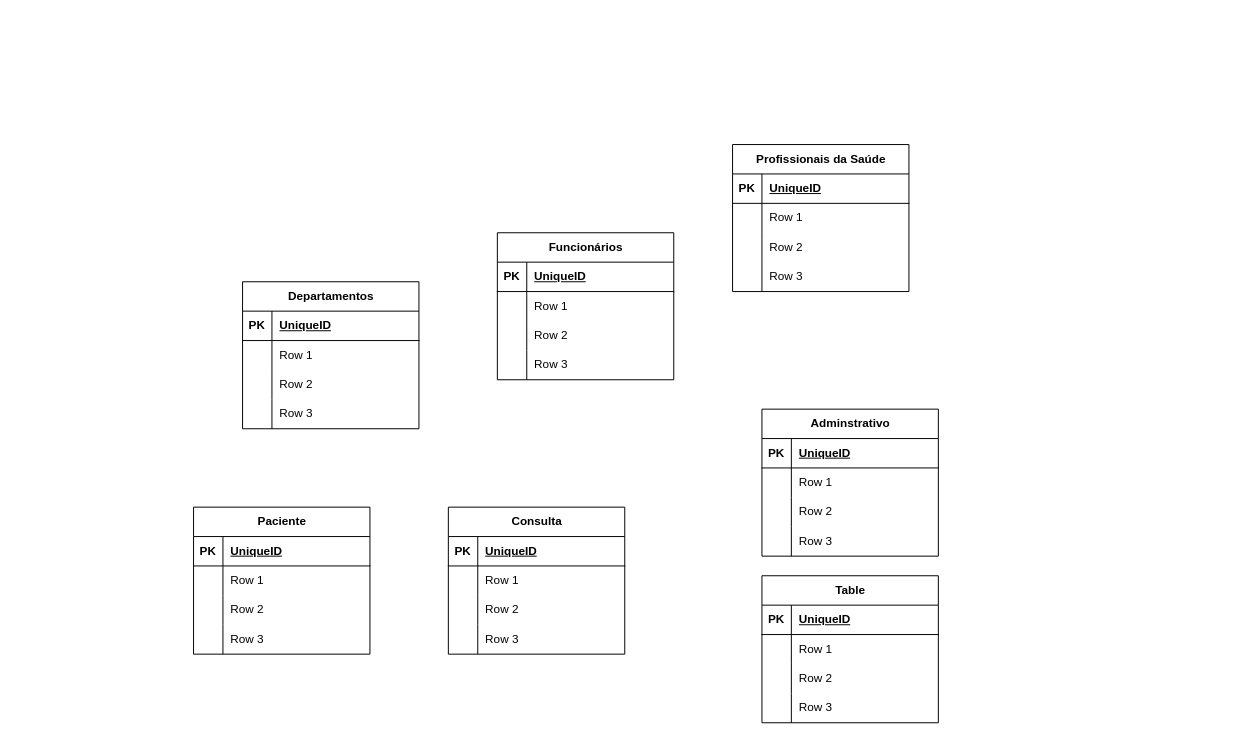
This is Modelo Relacional/Modelo Lógico.drawio from rafasilva9537/projeto_Hospital_BD, a draw.io file, before an edit. Source tidied: cells renumbered, new cells numbered last; positions are measured from the earlier drawing's top-left corner, leaving out a move shared by most shapes. Both pictures are drawn from the tidied source at 98%, with x=0, y=0 at pixel (193, 144).
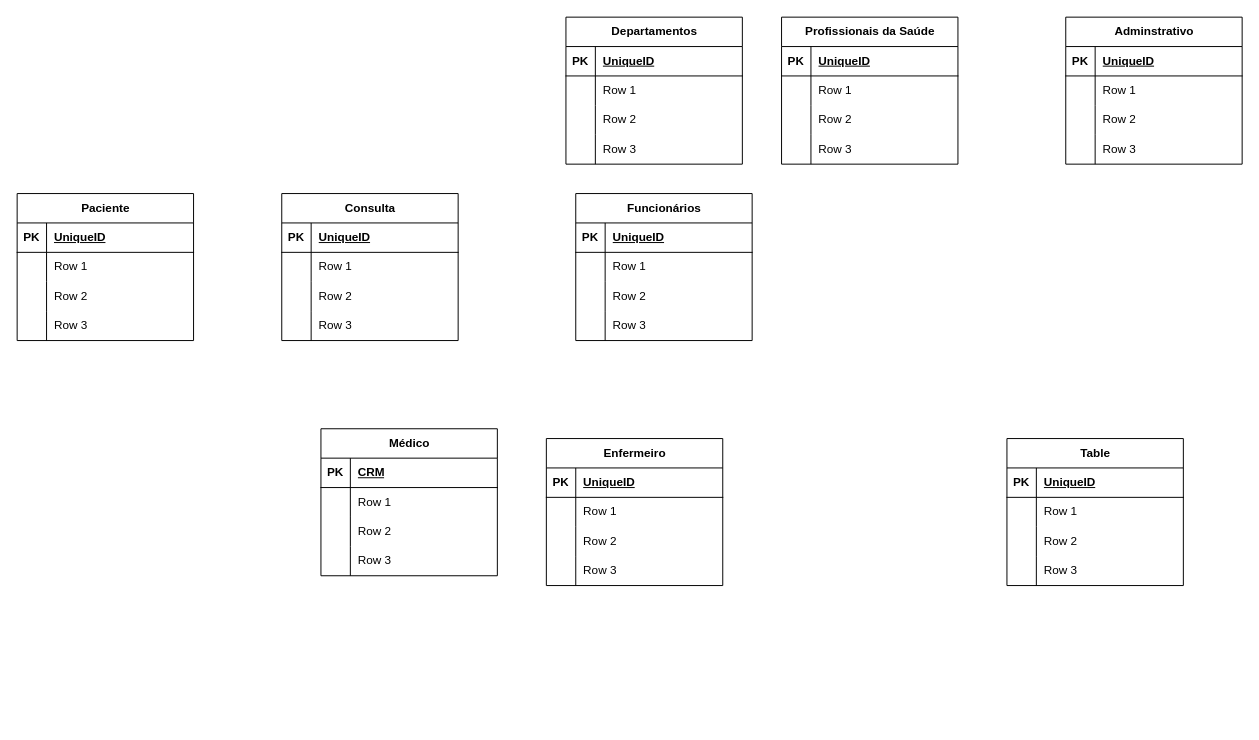
The same diagram, later.

Change to the diagram source:
```diff
@@
     <mxCell id="2" value="Departamentos" style="shape=table;startSize=30;childLayout=tableLayout;rowLines=0;fontStyle=1;align=center;html=1;" parent="1" vertex="1">
-      <mxGeometry x="50" y="140" width="180" height="150" as="geometry" />
+      <mxGeometry x="380" y="-130" width="180" height="150" as="geometry" />
     </mxCell>
@@
     <mxCell id="15" value="Funcionários" style="shape=table;startSize=30;childLayout=tableLayout;rowLines=0;fontStyle=1;align=center;html=1;" parent="1" vertex="1">
-      <mxGeometry x="310" y="90" width="180" height="150" as="geometry" />
+      <mxGeometry x="390" y="50" width="180" height="150" as="geometry" />
     </mxCell>
@@
     <mxCell id="28" value="Profissionais da Saúde" style="shape=table;startSize=30;childLayout=tableLayout;rowLines=0;fontStyle=1;align=center;html=1;" parent="1" vertex="1">
-      <mxGeometry x="550" width="180" height="150" as="geometry" />
+      <mxGeometry x="600" y="-130" width="180" height="150" as="geometry" />
     </mxCell>
@@
     <mxCell id="41" value="Adminstrativo" style="shape=table;startSize=30;childLayout=tableLayout;rowLines=0;fontStyle=1;align=center;html=1;" parent="1" vertex="1">
-      <mxGeometry x="580" y="270" width="180" height="150" as="geometry" />
+      <mxGeometry x="890" y="-130" width="180" height="150" as="geometry" />
     </mxCell>
@@
     <mxCell id="54" value="Table" style="shape=table;startSize=30;childLayout=tableLayout;rowLines=0;fontStyle=1;align=center;html=1;" parent="1" vertex="1">
-      <mxGeometry x="580" y="440" width="180" height="150" as="geometry" />
+      <mxGeometry x="830" y="300" width="180" height="150" as="geometry" />
     </mxCell>
@@
     <mxCell id="67" value="Paciente" style="shape=table;startSize=30;childLayout=tableLayout;rowLines=0;fontStyle=1;align=center;html=1;" parent="1" vertex="1">
-      <mxGeometry y="370" width="180" height="150" as="geometry" />
+      <mxGeometry x="-180" y="50" width="180" height="150" as="geometry" />
     </mxCell>
@@
     <mxCell id="80" value="Consulta" style="shape=table;startSize=30;childLayout=tableLayout;rowLines=0;fontStyle=1;align=center;html=1;" parent="1" vertex="1">
-      <mxGeometry x="260" y="370" width="180" height="150" as="geometry" />
+      <mxGeometry x="90" y="50" width="180" height="150" as="geometry" />
     </mxCell>
@@
+    <mxCell id="93" value="Médico" style="shape=table;startSize=30;childLayout=tableLayout;rowLines=0;fontStyle=1;align=center;html=1;" parent="1" vertex="1">
+      <mxGeometry x="130" y="290" width="180" height="150" as="geometry" />
+    </mxCell>
+    <mxCell id="94" style="shape=tableRow;horizontal=0;startSize=0;swimlaneHead=0;swimlaneBody=0;fillColor=none;top=0;left=0;right=0;bottom=1;" parent="93" vertex="1">
+      <mxGeometry y="30" width="180" height="30" as="geometry" />
+    </mxCell>
+    <mxCell id="95" value="PK" style="shape=partialRectangle;fillColor=none;top=0;left=0;bottom=0;right=0;fontStyle=1;overflow=hidden;whiteSpace=wrap;html=1;" parent="94" vertex="1">
+      <mxGeometry width="30" height="30" as="geometry" />
+    </mxCell>
+    <mxCell id="96" value="CRM" style="shape=partialRectangle;fillColor=none;top=0;left=0;bottom=0;right=0;align=left;spacingLeft=6;fontStyle=5;overflow=hidden;whiteSpace=wrap;html=1;" parent="94" vertex="1">
+      <mxGeometry x="30" width="150" height="30" as="geometry" />
+    </mxCell>
+    <mxCell id="97" style="shape=tableRow;horizontal=0;startSize=0;swimlaneHead=0;swimlaneBody=0;fillColor=none;top=0;left=0;right=0;bottom=0;" parent="93" vertex="1">
+      <mxGeometry y="60" width="180" height="30" as="geometry" />
+    </mxCell>
+    <mxCell id="98" style="shape=partialRectangle;fillColor=none;top=0;left=0;bottom=0;right=0;overflow=hidden;whiteSpace=wrap;html=1;" parent="97" vertex="1">
+      <mxGeometry width="30" height="30" as="geometry" />
+    </mxCell>
+    <mxCell id="99" value="Row 1" style="shape=partialRectangle;fillColor=none;top=0;left=0;bottom=0;right=0;align=left;spacingLeft=6;overflow=hidden;whiteSpace=wrap;html=1;" parent="97" vertex="1">
+      <mxGeometry x="30" width="150" height="30" as="geometry" />
+    </mxCell>
+    <mxCell id="100" style="shape=tableRow;horizontal=0;startSize=0;swimlaneHead=0;swimlaneBody=0;fillColor=none;top=0;left=0;right=0;bottom=0;" parent="93" vertex="1">
+      <mxGeometry y="90" width="180" height="30" as="geometry" />
+    </mxCell>
+    <mxCell id="101" style="shape=partialRectangle;fillColor=none;top=0;left=0;bottom=0;right=0;overflow=hidden;whiteSpace=wrap;html=1;" parent="100" vertex="1">
+      <mxGeometry width="30" height="30" as="geometry" />
+    </mxCell>
+    <mxCell id="102" value="Row 2" style="shape=partialRectangle;fillColor=none;top=0;left=0;bottom=0;right=0;align=left;spacingLeft=6;overflow=hidden;whiteSpace=wrap;html=1;" parent="100" vertex="1">
+      <mxGeometry x="30" width="150" height="30" as="geometry" />
+    </mxCell>
+    <mxCell id="103" style="shape=tableRow;horizontal=0;startSize=0;swimlaneHead=0;swimlaneBody=0;fillColor=none;top=0;left=0;right=0;bottom=0;" parent="93" vertex="1">
+      <mxGeometry y="120" width="180" height="30" as="geometry" />
+    </mxCell>
+    <mxCell id="104" style="shape=partialRectangle;fillColor=none;top=0;left=0;bottom=0;right=0;overflow=hidden;whiteSpace=wrap;html=1;" parent="103" vertex="1">
+      <mxGeometry width="30" height="30" as="geometry" />
+    </mxCell>
+    <mxCell id="105" value="Row 3" style="shape=partialRectangle;fillColor=none;top=0;left=0;bottom=0;right=0;align=left;spacingLeft=6;overflow=hidden;whiteSpace=wrap;html=1;" parent="103" vertex="1">
+      <mxGeometry x="30" width="150" height="30" as="geometry" />
+    </mxCell>
+    <mxCell id="106" value="Enfermeiro" style="shape=table;startSize=30;childLayout=tableLayout;rowLines=0;fontStyle=1;align=center;html=1;" parent="1" vertex="1">
+      <mxGeometry x="360" y="300" width="180" height="150" as="geometry" />
+    </mxCell>
+    <mxCell id="107" style="shape=tableRow;horizontal=0;startSize=0;swimlaneHead=0;swimlaneBody=0;fillColor=none;top=0;left=0;right=0;bottom=1;" parent="106" vertex="1">
+      <mxGeometry y="30" width="180" height="30" as="geometry" />
+    </mxCell>
+    <mxCell id="108" value="PK" style="shape=partialRectangle;fillColor=none;top=0;left=0;bottom=0;right=0;fontStyle=1;overflow=hidden;whiteSpace=wrap;html=1;" parent="107" vertex="1">
+      <mxGeometry width="30" height="30" as="geometry" />
+    </mxCell>
+    <mxCell id="109" value="UniqueID" style="shape=partialRectangle;fillColor=none;top=0;left=0;bottom=0;right=0;align=left;spacingLeft=6;fontStyle=5;overflow=hidden;whiteSpace=wrap;html=1;" parent="107" vertex="1">
+      <mxGeometry x="30" width="150" height="30" as="geometry" />
+    </mxCell>
+    <mxCell id="110" style="shape=tableRow;horizontal=0;startSize=0;swimlaneHead=0;swimlaneBody=0;fillColor=none;top=0;left=0;right=0;bottom=0;" parent="106" vertex="1">
+      <mxGeometry y="60" width="180" height="30" as="geometry" />
+    </mxCell>
+    <mxCell id="111" style="shape=partialRectangle;fillColor=none;top=0;left=0;bottom=0;right=0;overflow=hidden;whiteSpace=wrap;html=1;" parent="110" vertex="1">
+      <mxGeometry width="30" height="30" as="geometry" />
+    </mxCell>
+    <mxCell id="112" value="Row 1" style="shape=partialRectangle;fillColor=none;top=0;left=0;bottom=0;right=0;align=left;spacingLeft=6;overflow=hidden;whiteSpace=wrap;html=1;" parent="110" vertex="1">
+      <mxGeometry x="30" width="150" height="30" as="geometry" />
+    </mxCell>
+    <mxCell id="113" style="shape=tableRow;horizontal=0;startSize=0;swimlaneHead=0;swimlaneBody=0;fillColor=none;top=0;left=0;right=0;bottom=0;" parent="106" vertex="1">
+      <mxGeometry y="90" width="180" height="30" as="geometry" />
+    </mxCell>
+    <mxCell id="114" style="shape=partialRectangle;fillColor=none;top=0;left=0;bottom=0;right=0;overflow=hidden;whiteSpace=wrap;html=1;" parent="113" vertex="1">
+      <mxGeometry width="30" height="30" as="geometry" />
+    </mxCell>
+    <mxCell id="115" value="Row 2" style="shape=partialRectangle;fillColor=none;top=0;left=0;bottom=0;right=0;align=left;spacingLeft=6;overflow=hidden;whiteSpace=wrap;html=1;" parent="113" vertex="1">
+      <mxGeometry x="30" width="150" height="30" as="geometry" />
+    </mxCell>
+    <mxCell id="116" style="shape=tableRow;horizontal=0;startSize=0;swimlaneHead=0;swimlaneBody=0;fillColor=none;top=0;left=0;right=0;bottom=0;" parent="106" vertex="1">
+      <mxGeometry y="120" width="180" height="30" as="geometry" />
+    </mxCell>
+    <mxCell id="117" style="shape=partialRectangle;fillColor=none;top=0;left=0;bottom=0;right=0;overflow=hidden;whiteSpace=wrap;html=1;" parent="116" vertex="1">
+      <mxGeometry width="30" height="30" as="geometry" />
+    </mxCell>
+    <mxCell id="118" value="Row 3" style="shape=partialRectangle;fillColor=none;top=0;left=0;bottom=0;right=0;align=left;spacingLeft=6;overflow=hidden;whiteSpace=wrap;html=1;" parent="116" vertex="1">
+      <mxGeometry x="30" width="150" height="30" as="geometry" />
+    </mxCell>
```
